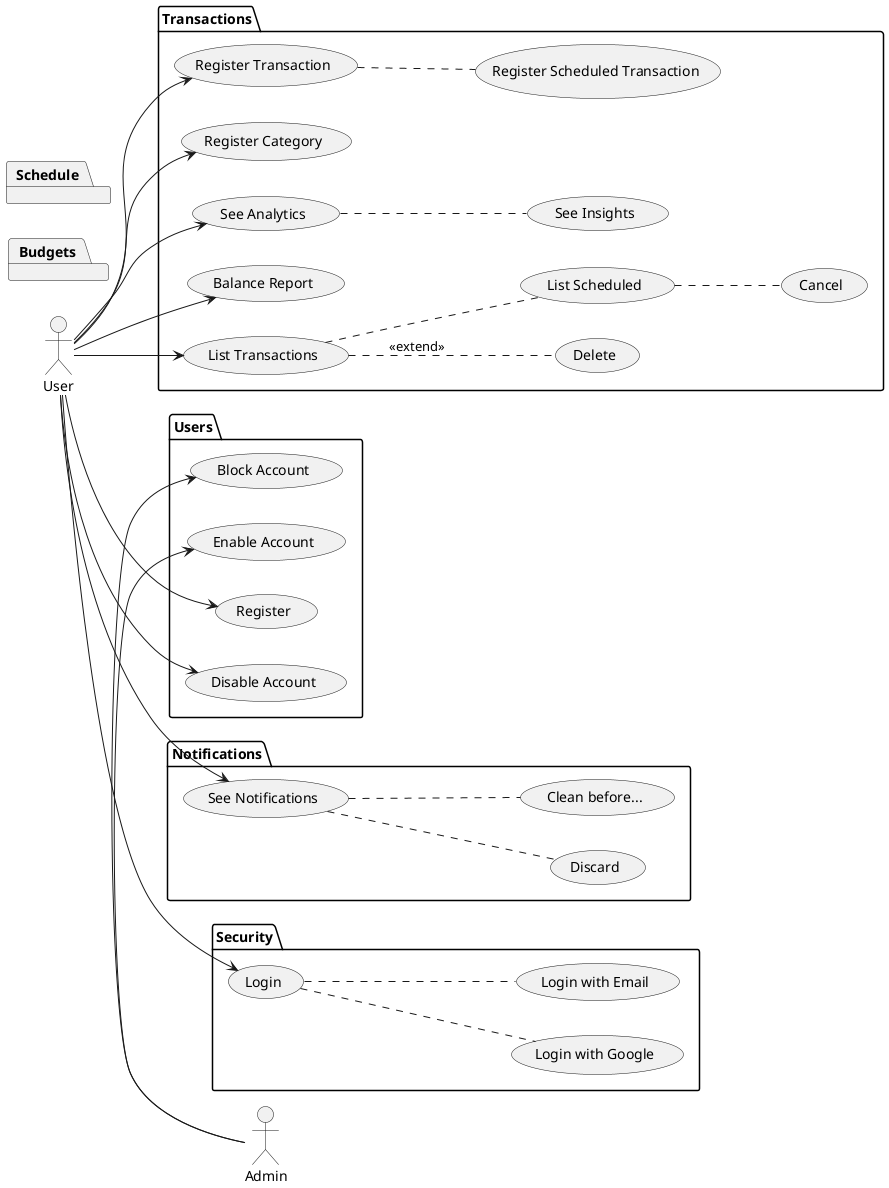
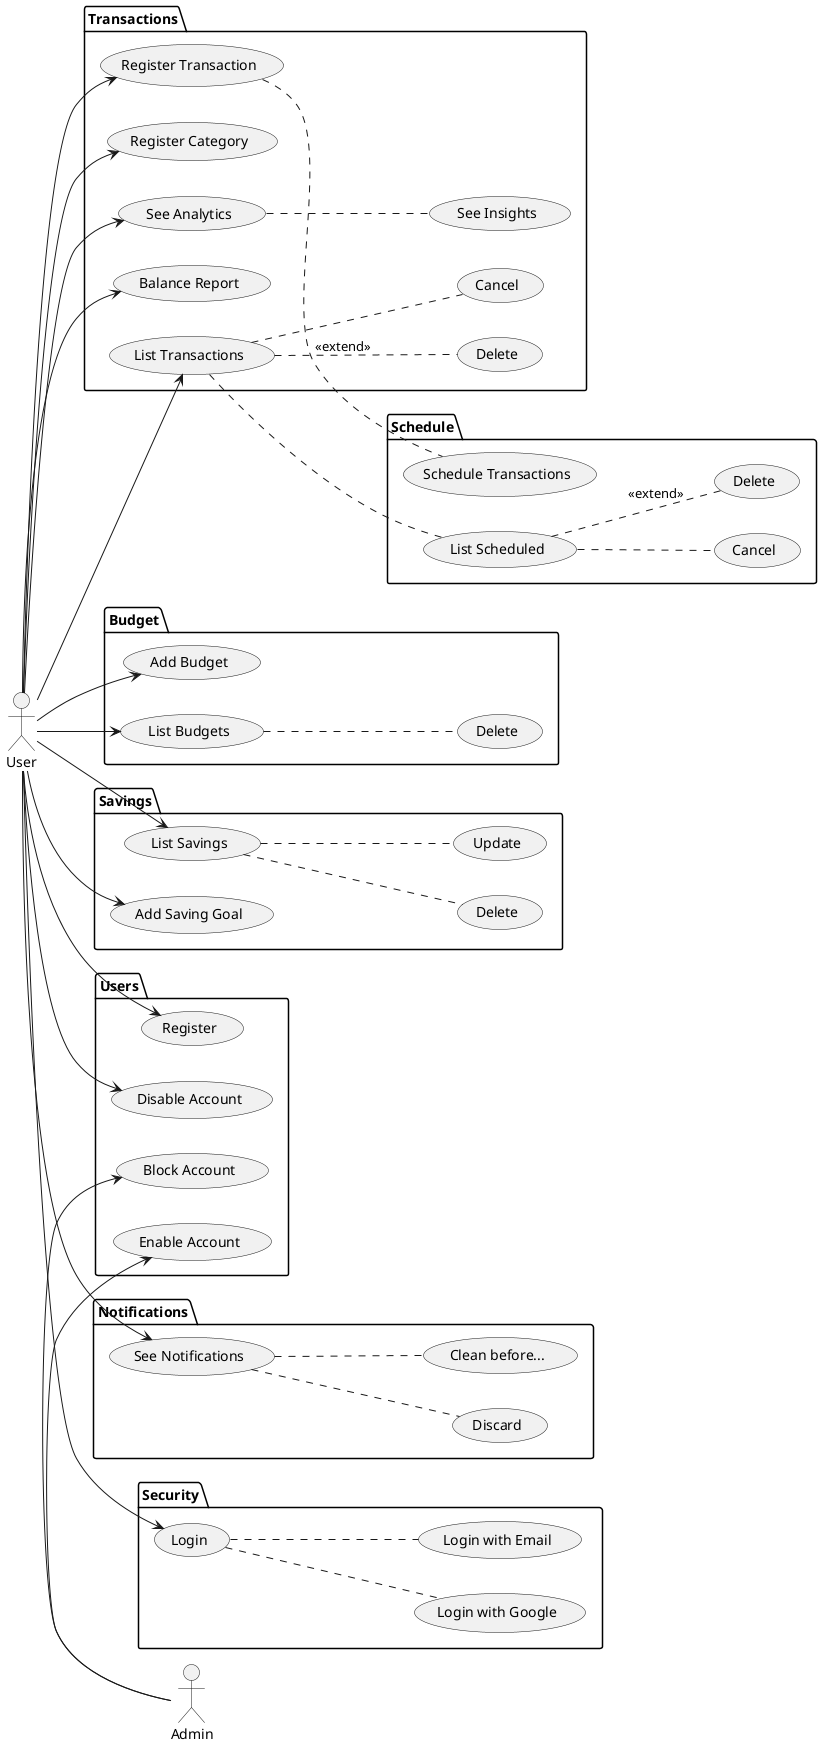
@startuml
actor "User" as usr
actor "Admin" as adm

left to right direction

package "Transactions" {
usecase "Register Transaction" as regt
usecase "Register Category" as regc
- usecase "Register Scheduled Transaction" as regst
usecase "See Analytics" as sum
usecase "Balance Report" as bar
usecase "List Transactions" as  list
usecase "Delete" as delt
usecase "See Insights" as insi
- usecase "List Scheduled" as lists
usecase "Cancel" as cancel
}

- package "Budgets" {
+ package "Schedule" {
+     usecase "List Scheduled" as lists
+     usecase "Schedule Transactions" as regst
+     usecase "Cancel" as cancelT
+     usecase "Delete" as deleteT
}

- package "Schedule" {
+ package "Budget" {
+     usecase "Add Budget" as addB
+     usecase "Delete" as deleteB
+     usecase "List Budgets" as listB
+ }
+ 
+ package "Savings" {
+     usecase "List Savings" as listG
+     usecase "Add Saving Goal" as addG
+     usecase "Delete" as deleteG
+     usecase "Update" as updateG
}

package "Users" {
usecase "Register" as regu
usecase "Block Account" as block
usecase "Enable Account" as enable
usecase "Disable Account" as disa
}


package "Notifications" {
usecase "See Notifications" as seen
usecase "Discard" as disc
usecase "Clean before..." as clean
}


package "Security" {
usecase "Login" as login
    usecase "Login with Google" as loging
    usecase "Login with Email" as logini
}


usr --> regt
usr --> regc
        regt .. regst
usr --> bar
usr --> regu
usr --> login
usr --> sum
        sum .. insi
usr --> seen
usr --> disa
usr --> list
        list .. delt: <<extend>>
+         list .. cancel
        list .. lists
-                 lists .. cancel
+                 lists .. deleteT: <<extend>>
+                 lists .. cancelT
+ 
+ usr --> addB
+ usr --> listB
+         listB .. deleteB
+ 
+ usr --> addG
+ usr --> listG
+         listG .. deleteG
+         listG .. updateG


seen .. disc
seen .. clean

login .. loging
login .. logini

adm -> block
adm -> enable
@enduml